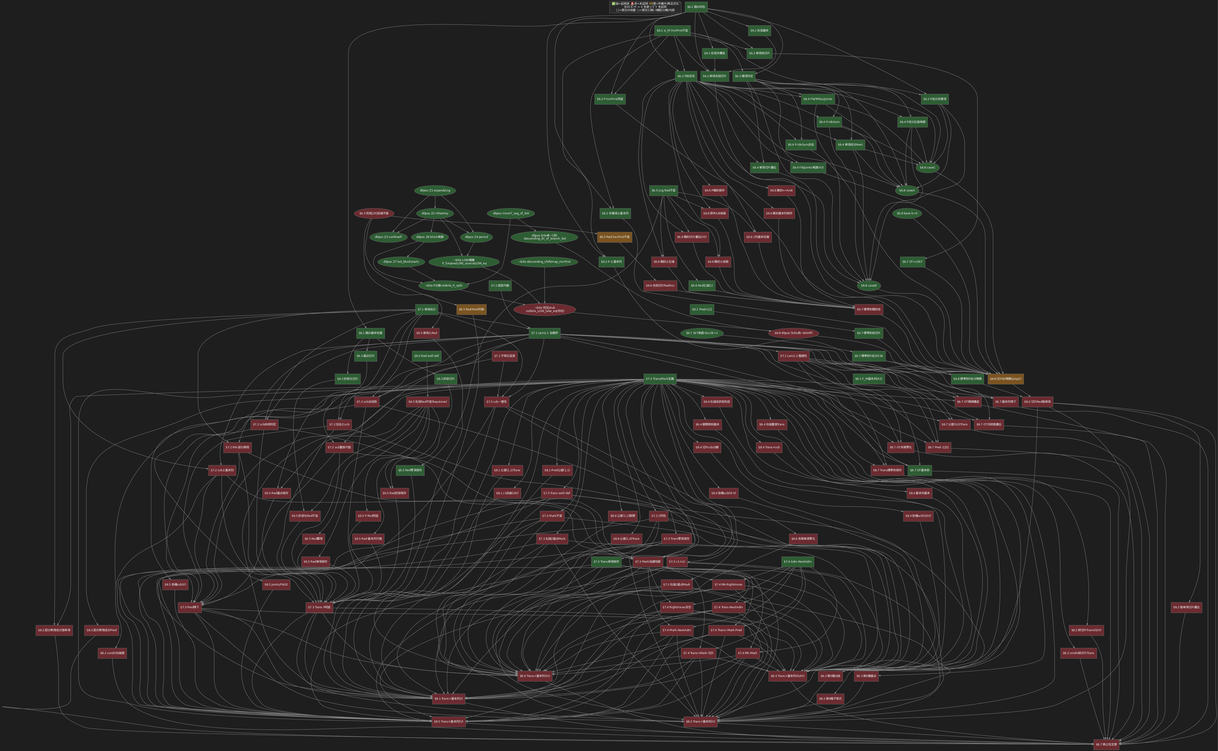
This is dag.png from koteitan/pss-proof, a Graphviz export, as it was before one commit. Its source is kept beside it as dag.dot.
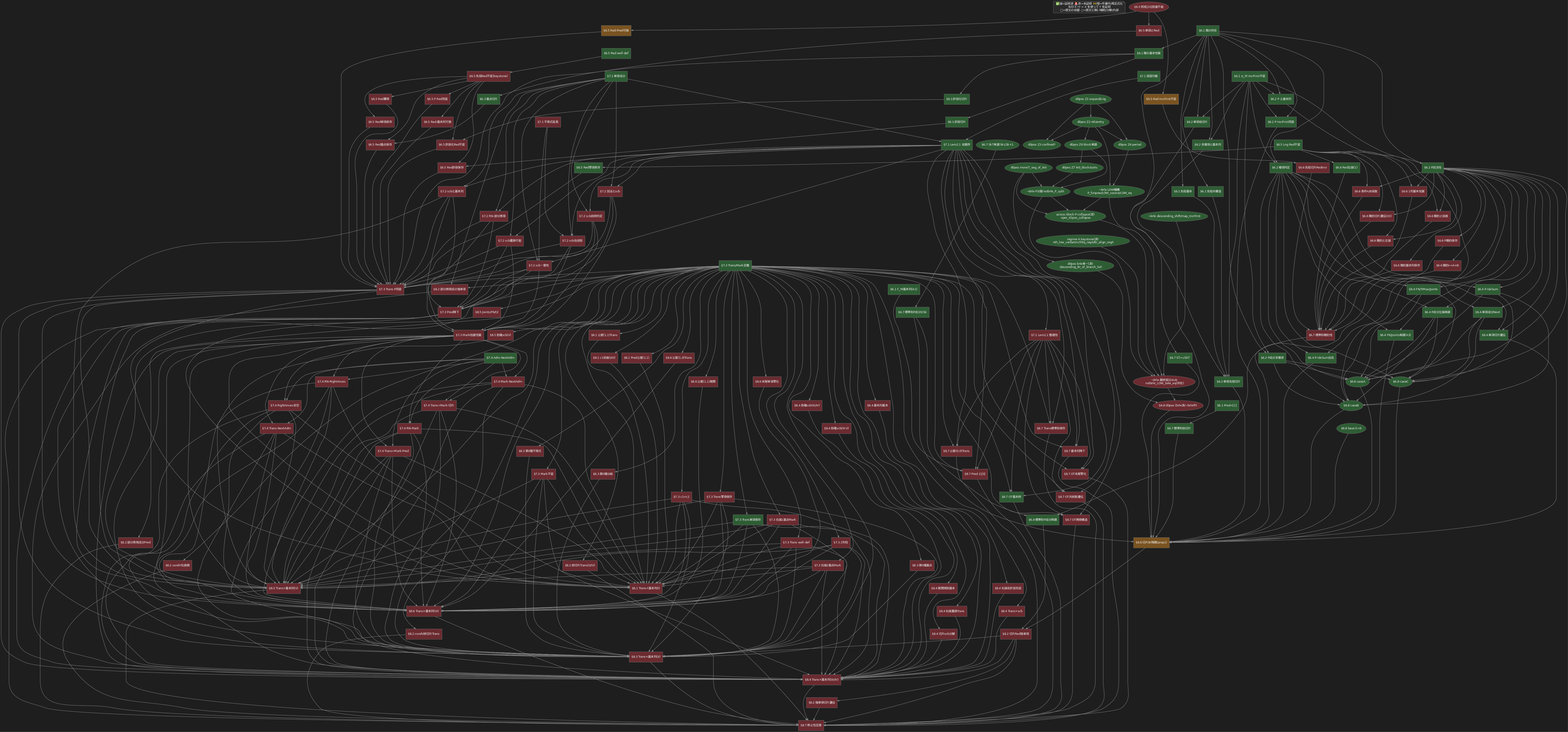
After the commit.

Commit message:
Record §6.8 d0pos collapse + regime A bricks done (doc/dag)

What changed in the source:
```diff
@@ -13,6 +13,7 @@
   Z6 [shape=ellipse]; Z7 [shape=ellipse];
   d_brle [shape=ellipse]; d_mono [shape=ellipse]; d_split [shape=ellipse];
   d_low [shape=ellipse]; d_dapp [shape=ellipse]; d_wire [shape=ellipse];
+  d_collapse [shape=ellipse]; d_regA [shape=ellipse];
   SkTmono [shape=ellipse]; dead20 [shape=ellipse];
 
   /* ===== color classes ===== */
@@ -126,7 +127,9 @@
     d_split [label="¬brle P分割 notbrle_P_split", fillcolor="#2e5d34"];
     d_low [label="¬brle LOW機構\n P_funpow/LOW_source/LOW_eq", fillcolor="#2e5d34"];
     d_dapp [label="¬brle descending_shift/map_IncrFirst", fillcolor="#2e5d34"];
-    d_wire [label="¬brle 同定stub\n notbrle_LOW_take_eq(存在)", fillcolor="#6b2b30"];
+    d_collapse [label="across-block P-collapse(済)\n oper_d1pos_collapse", fillcolor="#2e5d34"];
+    d_regA [label="regime A keystone(済)\n nth_low_verbatim/TrEq_regA/Br_align_regA", fillcolor="#2e5d34"];
+    d_wire [label="¬brle 最終組立stub\n notbrle_LOW_take_eq(存在)", fillcolor="#6b2b30"];
 
   /* ===================== §6.7 標準形 ===================== */
     p67_un [label="§6.7 ST=∪SkT", fillcolor="#2e5d34"];
@@ -208,7 +211,8 @@
   p67_Pc -> p68_p1;
   {d_brle d_wire} -> c_d0pos;
   d_mono -> d_brle;
-  {d_split d_low d_dapp} -> d_wire;
+  {d_split d_low d_dapp d_collapse d_regA} -> d_wire;
+  {d_split d_low d_mono} -> d_collapse;
   Z1 -> Z2; Z2 -> Z3; Z2 -> Z4; Z1 -> Z3; Z1 -> Z4; Z2 -> Z6; Z6 -> Z7;
   {Z2 Z4} -> d_low; d_mono -> d_split; {Z6 Z7} -> d_split;
   p67_Pc -> p68_p2; p62_Pop -> p68_p2;
```
